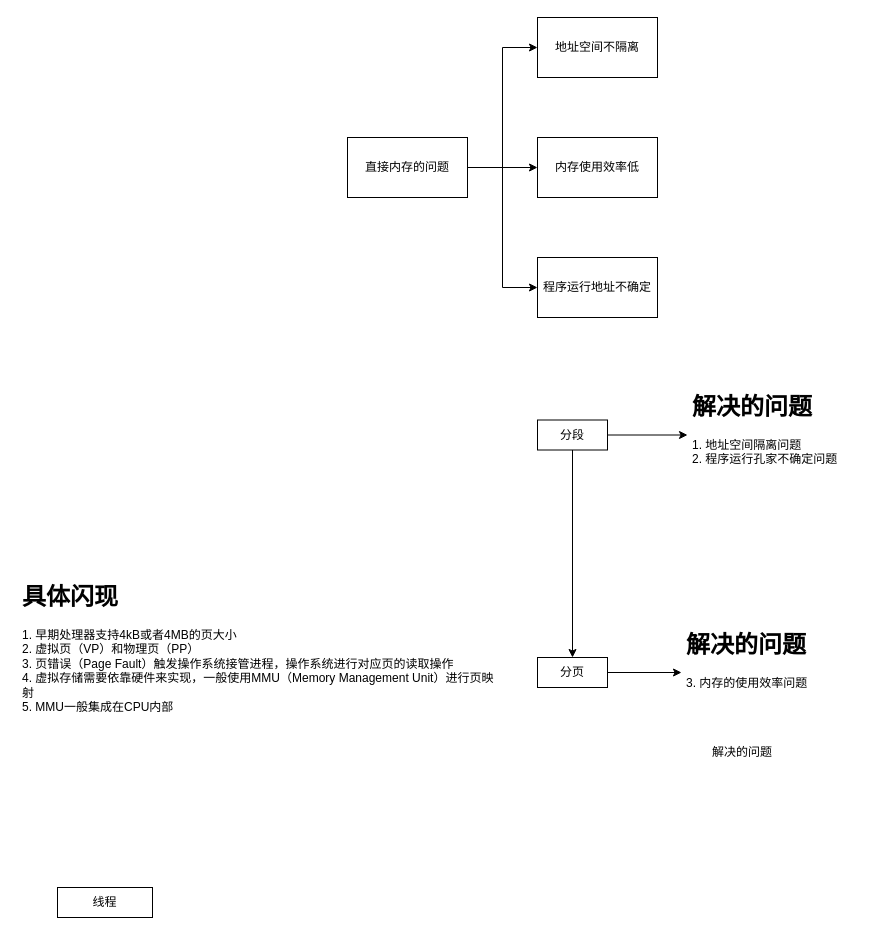
The draw.io diagram 虚拟内存.drawio in xdushepherd91/linux0.11, before the edit. Source tidied: cells renumbered, new cells numbered last; positions are measured from the earlier drawing's top-left corner, leaving out a move shared by most shapes. Both pictures are drawn from the tidied source at 100%, with x=0, y=0 at pixel (17, 17).
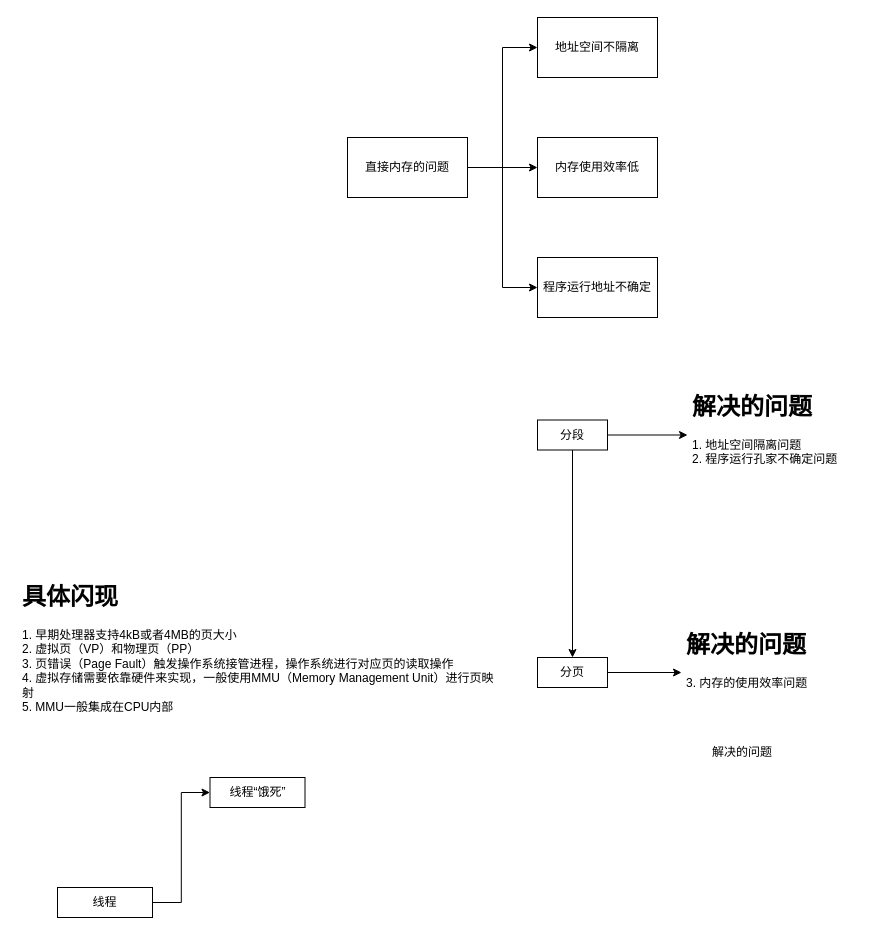
The same page after the edit.

The change refers to these unchanged cells:
```xml
<mxCell id="17" value="线程" style="rounded=0;whiteSpace=wrap;html=1;" parent="1" vertex="1">
  <mxGeometry x="40" y="870" width="95" height="30" as="geometry" />
</mxCell>
```

The edit, as a diff of the source:
```diff
@@
+    <mxCell id="19" style="edgeStyle=orthogonalEdgeStyle;rounded=0;jettySize=auto;html=1;entryX=0;entryY=0.5;entryDx=0;entryDy=0;" parent="1" edge="1" source="17" target="20">
+      <mxGeometry relative="1" as="geometry" />
+    </mxCell>
@@
+    <mxCell id="20" value="线程“饿死”" style="rounded=0;whiteSpace=wrap;html=1;" parent="1" vertex="1">
+      <mxGeometry x="192.5" y="760" width="95" height="30" as="geometry" />
+    </mxCell>
```
